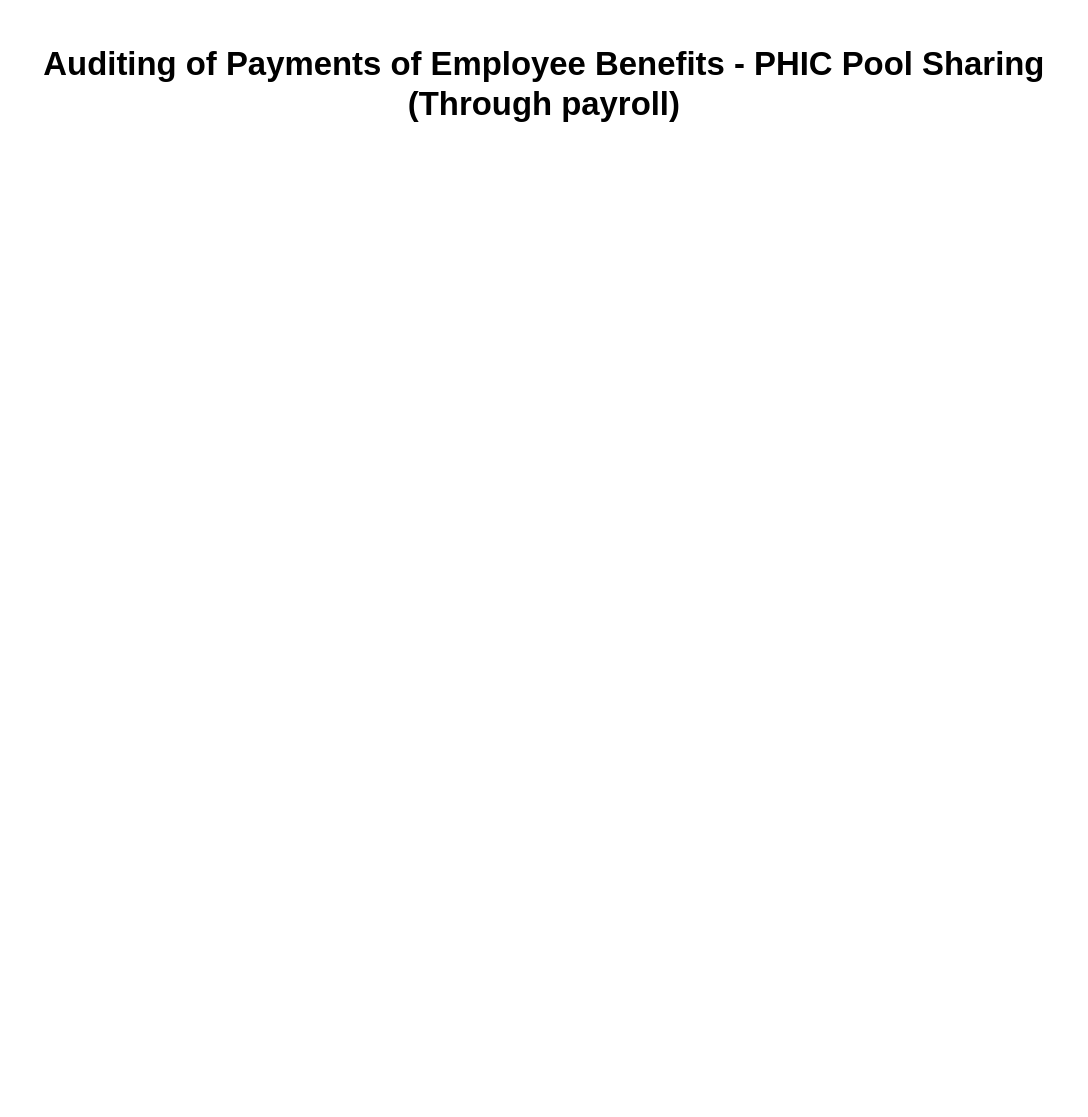
johnpaul4474/FMO-accounting keeps this draw.io diagram as page 1 of 2 of Auditing of Payments of Employee Benefits - PHIC Pool Sharing (Through payroll).drawio. Above is the earlier version. Source tidied: cells renumbered, new cells numbered last; positions are measured from the earlier drawing's top-left corner, leaving out a move shared by most shapes. Both pictures are drawn from the tidied source at 137%, with x=0, y=0 at pixel (23, 37).
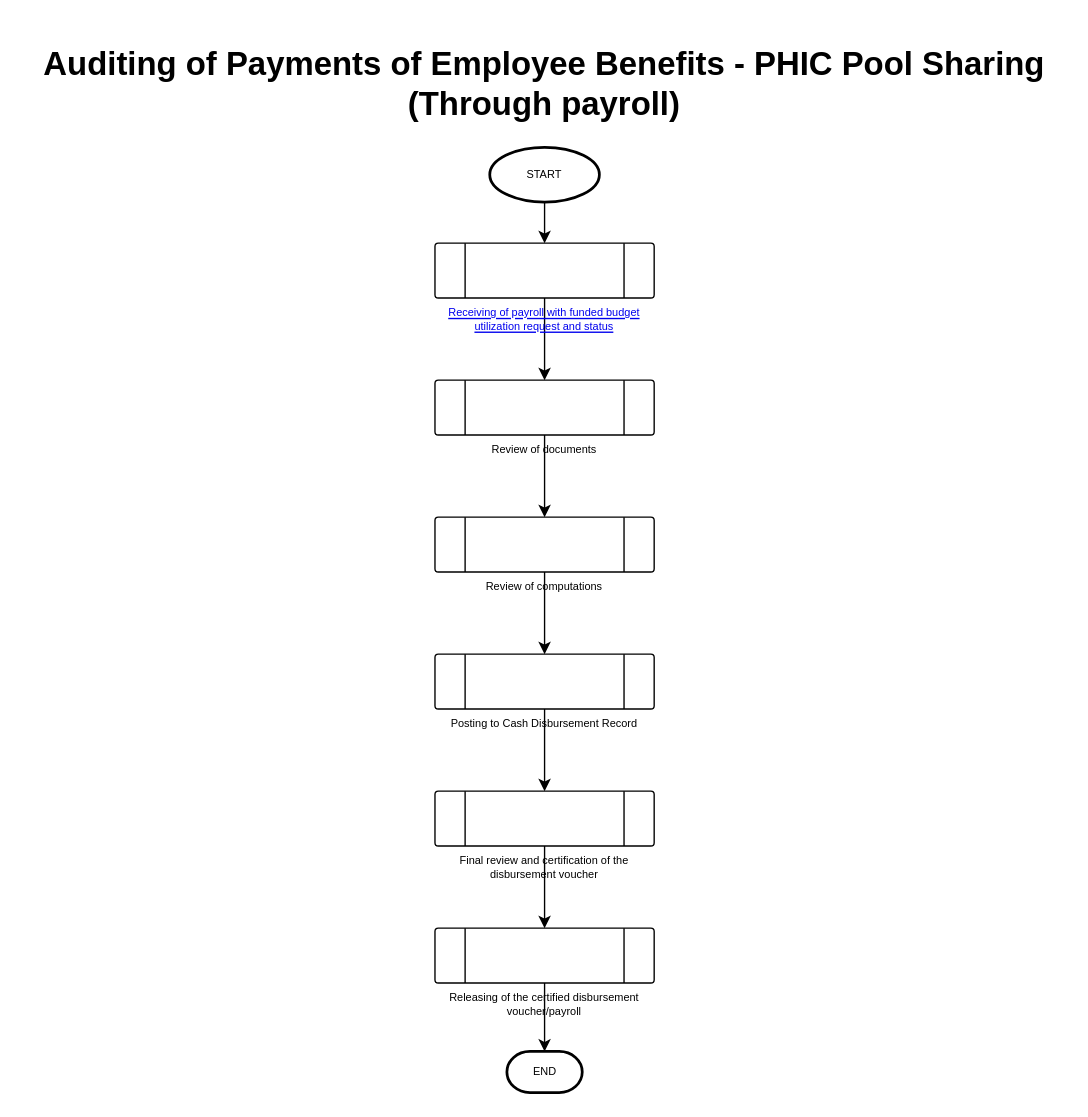
After the change.

What changed in the source:
```diff
@@
 <mxGraphModel>
   <root>
     <mxCell id="0" />
     <mxCell id="1" parent="0" />
     <mxCell id="2" value="&lt;h1&gt;Auditing of Payments of Employee Benefits - PHIC Pool Sharing (Through payroll)&lt;br&gt;&lt;/h1&gt;" style="text;html=1;strokeColor=none;fillColor=none;spacing=5;spacingTop=-20;whiteSpace=wrap;overflow=hidden;rounded=0;align=center;" parent="1" vertex="1">
       <mxGeometry width="760" height="70" as="geometry" />
     </mxCell>
+    <mxCell id="3" style="edgeStyle=orthogonalEdgeStyle;rounded=0;jettySize=auto;html=1;fontSize=8;" parent="1" edge="1" source="4" target="6">
+      <mxGeometry relative="1" as="geometry" />
+    </mxCell>
+    <mxCell id="4" value="START" style="strokeWidth=2;html=1;shape=mxgraph.flowchart.start_1;whiteSpace=wrap;fontSize=8;" parent="1" vertex="1">
+      <mxGeometry x="340" y="80" width="80" height="40" as="geometry" />
+    </mxCell>
+    <mxCell id="5" style="edgeStyle=orthogonalEdgeStyle;rounded=0;jettySize=auto;html=1;fontSize=8;" parent="1" edge="1" source="6" target="8">
+      <mxGeometry relative="1" as="geometry" />
+    </mxCell>
+    <mxCell id="6" value="&lt;a href=&quot;data:page/id,EpME3VKb8Og38hKZZgKF&quot;&gt;Receiving of payroll with funded budget utilization request and status&lt;/a&gt;" style="verticalLabelPosition=bottom;verticalAlign=top;html=1;shape=process;whiteSpace=wrap;rounded=1;size=0.14;arcSize=6;fontSize=8;" parent="1" vertex="1">
+      <mxGeometry x="300" y="150" width="160" height="40" as="geometry" />
+    </mxCell>
+    <mxCell id="7" style="edgeStyle=orthogonalEdgeStyle;rounded=0;jettySize=auto;html=1;fontSize=8;" parent="1" edge="1" source="8" target="10">
+      <mxGeometry relative="1" as="geometry" />
+    </mxCell>
+    <mxCell id="8" value="Review of documents" style="verticalLabelPosition=bottom;verticalAlign=top;html=1;shape=process;whiteSpace=wrap;rounded=1;size=0.14;arcSize=6;fontSize=8;" parent="1" vertex="1">
+      <mxGeometry x="300" y="250" width="160" height="40" as="geometry" />
+    </mxCell>
+    <mxCell id="9" style="edgeStyle=orthogonalEdgeStyle;rounded=0;jettySize=auto;html=1;fontSize=8;" parent="1" edge="1" source="10" target="12">
+      <mxGeometry relative="1" as="geometry" />
+    </mxCell>
+    <mxCell id="10" value="Review of computations" style="verticalLabelPosition=bottom;verticalAlign=top;html=1;shape=process;whiteSpace=wrap;rounded=1;size=0.14;arcSize=6;fontSize=8;" parent="1" vertex="1">
+      <mxGeometry x="300" y="350" width="160" height="40" as="geometry" />
+    </mxCell>
+    <mxCell id="11" style="edgeStyle=orthogonalEdgeStyle;rounded=0;jettySize=auto;html=1;fontSize=8;" parent="1" edge="1" source="12" target="14">
+      <mxGeometry relative="1" as="geometry" />
+    </mxCell>
+    <mxCell id="12" value="Posting to Cash Disbursement Record" style="verticalLabelPosition=bottom;verticalAlign=top;html=1;shape=process;whiteSpace=wrap;rounded=1;size=0.14;arcSize=6;fontSize=8;" parent="1" vertex="1">
+      <mxGeometry x="300" y="450" width="160" height="40" as="geometry" />
+    </mxCell>
+    <mxCell id="13" style="edgeStyle=orthogonalEdgeStyle;rounded=0;jettySize=auto;html=1;fontSize=8;" parent="1" edge="1" source="14" target="16">
+      <mxGeometry relative="1" as="geometry" />
+    </mxCell>
+    <mxCell id="14" value="Final review and certification of the disbursement voucher" style="verticalLabelPosition=bottom;verticalAlign=top;html=1;shape=process;whiteSpace=wrap;rounded=1;size=0.14;arcSize=6;fontSize=8;" parent="1" vertex="1">
+      <mxGeometry x="300" y="550" width="160" height="40" as="geometry" />
+    </mxCell>
+    <mxCell id="15" style="edgeStyle=orthogonalEdgeStyle;rounded=0;jettySize=auto;html=1;fontSize=8;" parent="1" edge="1" source="16" target="17">
+      <mxGeometry relative="1" as="geometry" />
+    </mxCell>
+    <mxCell id="16" value="Releasing of the certified disbursement voucher/payroll" style="verticalLabelPosition=bottom;verticalAlign=top;html=1;shape=process;whiteSpace=wrap;rounded=1;size=0.14;arcSize=6;fontSize=8;" parent="1" vertex="1">
+      <mxGeometry x="300" y="650" width="160" height="40" as="geometry" />
+    </mxCell>
+    <mxCell id="17" value="END" style="strokeWidth=2;html=1;shape=mxgraph.flowchart.terminator;whiteSpace=wrap;fontSize=8;" parent="1" vertex="1">
+      <mxGeometry x="352.5" y="740" width="55" height="30" as="geometry" />
+    </mxCell>
   </root>
 </mxGraphModel>
```
